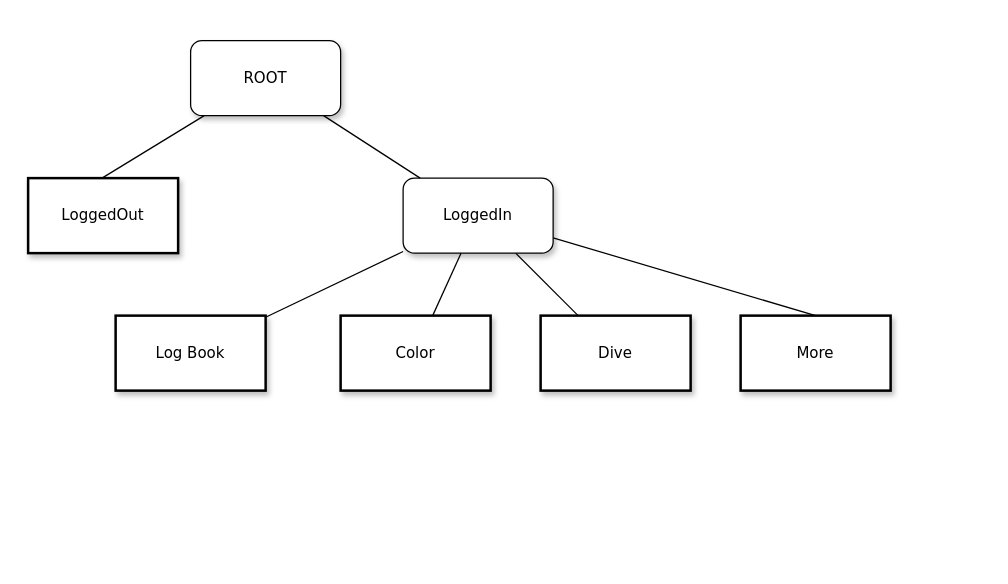
Above: Untitled Diagram.drawio in LNDNJC/Ribs (draw.io), before the change. Source tidied: cells renumbered, new cells numbered last; positions are measured from the earlier drawing's top-left corner, leaving out a move shared by most shapes. Both pictures are drawn from the tidied source at 125%, with x=0, y=0 at pixel (28, 40).
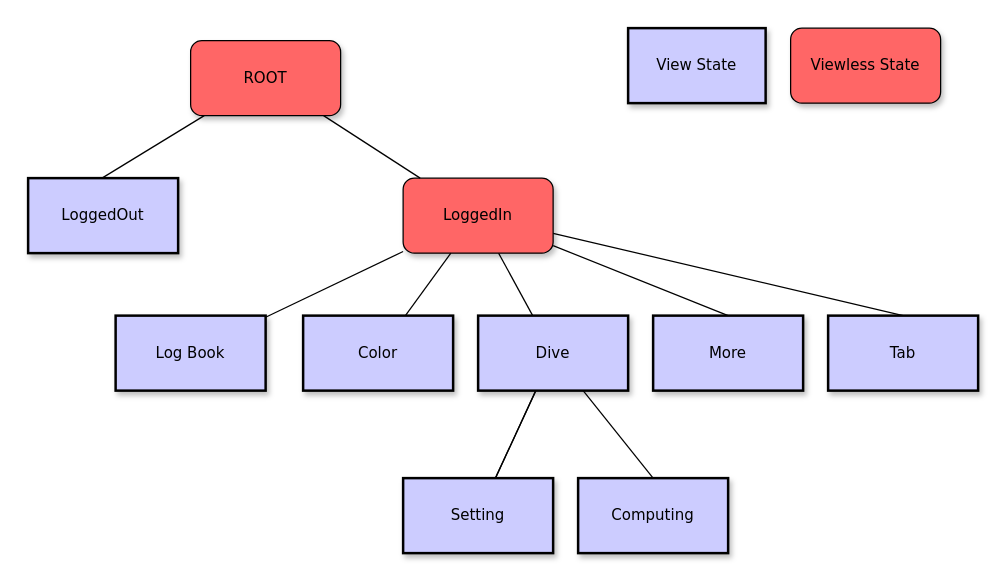
Above is the later version.

Change to the diagram source:
```diff
@@
-    <mxCell id="2" value="ROOT" style="whiteSpace=wrap;html=1;rounded=1;shadow=1;labelBackgroundColor=none;strokeColor=#000000;strokeWidth=1;fillColor=#ffffff;fontFamily=Verdana;fontSize=12;fontColor=#000000;align=center;" parent="1" vertex="1">
+    <mxCell id="2" value="ROOT" style="whiteSpace=wrap;html=1;rounded=1;shadow=1;labelBackgroundColor=none;strokeColor=#000000;strokeWidth=1;fillColor=#FF6666;fontFamily=Verdana;fontSize=12;fontColor=#000000;align=center;" parent="1" vertex="1">
       <mxGeometry x="130" width="120" height="60" as="geometry" />
     </mxCell>
@@
+    <mxCell id="15" style="edgeStyle=none;rounded=0;jettySize=auto;html=1;entryX=0.5;entryY=0;entryDx=0;entryDy=0;endArrow=none;endFill=0;" parent="1" edge="1" source="5" target="20">
+      <mxGeometry relative="1" as="geometry" />
+    </mxCell>
-    <mxCell id="5" value="LoggedIn" style="whiteSpace=wrap;html=1;rounded=1;shadow=1;labelBackgroundColor=none;strokeColor=#000000;strokeWidth=1;fillColor=#ffffff;fontFamily=Verdana;fontSize=12;fontColor=#000000;align=center;" parent="1" vertex="1">
+    <mxCell id="5" value="LoggedIn" style="whiteSpace=wrap;html=1;rounded=1;shadow=1;labelBackgroundColor=none;strokeColor=#000000;strokeWidth=1;fillColor=#FF6666;fontFamily=Verdana;fontSize=12;fontColor=#000000;align=center;" parent="1" vertex="1">
       <mxGeometry x="300" y="110" width="120" height="60" as="geometry" />
     </mxCell>
@@
-    <mxCell id="8" value="&lt;span&gt;Log Book&lt;/span&gt;" style="whiteSpace=wrap;html=1;rounded=0;shadow=1;labelBackgroundColor=none;strokeColor=#000000;strokeWidth=2;fillColor=#ffffff;fontFamily=Verdana;fontSize=12;fontColor=#000000;align=center;" parent="1" vertex="1">
+    <mxCell id="8" value="&lt;span&gt;Log Book&lt;/span&gt;" style="whiteSpace=wrap;html=1;rounded=0;shadow=1;labelBackgroundColor=none;strokeColor=#000000;strokeWidth=2;fillColor=#CCCCFF;fontFamily=Verdana;fontSize=12;fontColor=#000000;align=center;" parent="1" vertex="1">
       <mxGeometry x="70" y="220" width="120" height="60" as="geometry" />
     </mxCell>
-    <mxCell id="9" value="&lt;span&gt;Color&lt;/span&gt;" style="whiteSpace=wrap;html=1;rounded=0;shadow=1;labelBackgroundColor=none;strokeColor=#000000;strokeWidth=2;fillColor=#ffffff;fontFamily=Verdana;fontSize=12;fontColor=#000000;align=center;" parent="1" vertex="1">
-      <mxGeometry x="250" y="220" width="120" height="60" as="geometry" />
+    <mxCell id="9" value="&lt;span&gt;Color&lt;/span&gt;" style="whiteSpace=wrap;html=1;rounded=0;shadow=1;labelBackgroundColor=none;strokeColor=#000000;strokeWidth=2;fillColor=#CCCCFF;fontFamily=Verdana;fontSize=12;fontColor=#000000;align=center;" parent="1" vertex="1">
+      <mxGeometry x="220" y="220" width="120" height="60" as="geometry" />
     </mxCell>
@@
+    <mxCell id="16" style="edgeStyle=none;rounded=0;jettySize=auto;html=1;endArrow=none;endFill=0;" parent="1" edge="1" source="12" target="19">
+      <mxGeometry relative="1" as="geometry" />
+    </mxCell>
+    <mxCell id="17" style="edgeStyle=none;rounded=0;jettySize=auto;html=1;endArrow=none;endFill=0;" parent="1" edge="1" source="12" target="19">
+      <mxGeometry relative="1" as="geometry" />
+    </mxCell>
+    <mxCell id="18" style="edgeStyle=none;rounded=0;jettySize=auto;html=1;entryX=0.5;entryY=0;entryDx=0;entryDy=0;endArrow=none;endFill=0;" parent="1" edge="1" source="12" target="21">
+      <mxGeometry relative="1" as="geometry" />
+    </mxCell>
-    <mxCell id="12" value="&lt;span&gt;Dive&lt;/span&gt;" style="whiteSpace=wrap;html=1;rounded=0;shadow=1;labelBackgroundColor=none;strokeColor=#000000;strokeWidth=2;fillColor=#ffffff;fontFamily=Verdana;fontSize=12;fontColor=#000000;align=center;" parent="1" vertex="1">
-      <mxGeometry x="410" y="220" width="120" height="60" as="geometry" />
+    <mxCell id="12" value="&lt;span&gt;Dive&lt;/span&gt;" style="whiteSpace=wrap;html=1;rounded=0;shadow=1;labelBackgroundColor=none;strokeColor=#000000;strokeWidth=2;fillColor=#CCCCFF;fontFamily=Verdana;fontSize=12;fontColor=#000000;align=center;" parent="1" vertex="1">
+      <mxGeometry x="360" y="220" width="120" height="60" as="geometry" />
     </mxCell>
+    <mxCell id="19" value="&lt;span&gt;Setting&lt;/span&gt;" style="whiteSpace=wrap;html=1;rounded=0;shadow=1;labelBackgroundColor=none;strokeColor=#000000;strokeWidth=2;fillColor=#CCCCFF;fontFamily=Verdana;fontSize=12;fontColor=#000000;align=center;" parent="1" vertex="1">
+      <mxGeometry x="300" y="350" width="120" height="60" as="geometry" />
+    </mxCell>
-    <mxCell id="13" value="&lt;span&gt;More&lt;/span&gt;" style="whiteSpace=wrap;html=1;rounded=0;shadow=1;labelBackgroundColor=none;strokeColor=#000000;strokeWidth=2;fillColor=#ffffff;fontFamily=Verdana;fontSize=12;fontColor=#000000;align=center;" parent="1" vertex="1">
-      <mxGeometry x="570" y="220" width="120" height="60" as="geometry" />
+    <mxCell id="13" value="&lt;span&gt;More&lt;/span&gt;" style="whiteSpace=wrap;html=1;rounded=0;shadow=1;labelBackgroundColor=none;strokeColor=#000000;strokeWidth=2;fillColor=#CCCCFF;fontFamily=Verdana;fontSize=12;fontColor=#000000;align=center;" parent="1" vertex="1">
+      <mxGeometry x="500" y="220" width="120" height="60" as="geometry" />
     </mxCell>
-    <mxCell id="14" value="&lt;span&gt;LoggedOut&lt;/span&gt;" style="whiteSpace=wrap;html=1;rounded=0;shadow=1;labelBackgroundColor=none;strokeColor=#000000;strokeWidth=2;fillColor=#ffffff;fontFamily=Verdana;fontSize=12;fontColor=#000000;align=center;" parent="1" vertex="1">
+    <mxCell id="14" value="&lt;span&gt;LoggedOut&lt;/span&gt;" style="whiteSpace=wrap;html=1;rounded=0;shadow=1;labelBackgroundColor=none;strokeColor=#000000;strokeWidth=2;fillColor=#CCCCFF;fontFamily=Verdana;fontSize=12;fontColor=#000000;align=center;" parent="1" vertex="1">
       <mxGeometry y="110" width="120" height="60" as="geometry" />
     </mxCell>
+    <mxCell id="20" value="&lt;span&gt;Tab&lt;/span&gt;" style="whiteSpace=wrap;html=1;rounded=0;shadow=1;labelBackgroundColor=none;strokeColor=#000000;strokeWidth=2;fillColor=#CCCCFF;fontFamily=Verdana;fontSize=12;fontColor=#000000;align=center;" parent="1" vertex="1">
+      <mxGeometry x="640" y="220" width="120" height="60" as="geometry" />
+    </mxCell>
+    <mxCell id="21" value="&lt;span&gt;Computing&lt;/span&gt;" style="whiteSpace=wrap;html=1;rounded=0;shadow=1;labelBackgroundColor=none;strokeColor=#000000;strokeWidth=2;fillColor=#CCCCFF;fontFamily=Verdana;fontSize=12;fontColor=#000000;align=center;" parent="1" vertex="1">
+      <mxGeometry x="440" y="350" width="120" height="60" as="geometry" />
+    </mxCell>
+    <mxCell id="22" value="View State" style="whiteSpace=wrap;html=1;rounded=0;shadow=1;labelBackgroundColor=none;strokeColor=#000000;strokeWidth=2;fillColor=#CCCCFF;fontFamily=Verdana;fontSize=12;fontColor=#000000;align=center;" parent="1" vertex="1">
+      <mxGeometry x="480" y="-10" width="110" height="60" as="geometry" />
+    </mxCell>
+    <mxCell id="23" value="Viewless State" style="whiteSpace=wrap;html=1;rounded=1;shadow=1;labelBackgroundColor=none;strokeColor=#000000;strokeWidth=1;fillColor=#FF6666;fontFamily=Verdana;fontSize=12;fontColor=#000000;align=center;" parent="1" vertex="1">
+      <mxGeometry x="610" y="-10" width="120" height="60" as="geometry" />
+    </mxCell>
```
